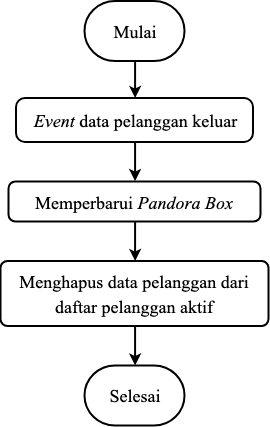
Above: buku/assets/img/bab3/flowchart-co.png in mocatfrio/thesis-code (draw.io), before the change. Source tidied: cells renumbered, new cells last; positions are measured from the earlier drawing's top-left corner, leaving out a move shared by most shapes. Source of this version:
```xml
<mxGraphModel>
  <root>
    <mxCell id="0" />
    <mxCell id="1" parent="0" />
    <mxCell id="2" style="group;" parent="1" vertex="1">
      <mxGeometry y="-0.5" width="268" height="424.5" as="geometry" />
    </mxCell>
    <mxCell id="3" value="&lt;font style=&quot;font-size: 18px&quot;&gt;Mulai&lt;/font&gt;&lt;br&gt;" style="strokeWidth=2;html=1;shape=mxgraph.flowchart.terminator;whiteSpace=wrap;fontFamily=Times New Roman;fontSize=31;verticalAlign=top;" parent="2" vertex="1">
      <mxGeometry x="84" width="100" height="60" as="geometry" />
    </mxCell>
    <mxCell id="4" value="&lt;span style=&quot;font-size: 18px&quot;&gt;Memperbarui&amp;nbsp;&lt;i&gt;Pandora Box&lt;/i&gt;&lt;/span&gt;&lt;br&gt;" style="rounded=1;whiteSpace=wrap;html=1;absoluteArcSize=1;arcSize=14;strokeWidth=2;fontFamily=Times New Roman;fontSize=21;" parent="2" vertex="1">
      <mxGeometry x="8" y="180.5" width="252" height="40" as="geometry" />
    </mxCell>
    <mxCell id="5" value="&lt;span&gt;&lt;font style=&quot;font-size: 18px&quot;&gt;Menghapus data pelanggan dari daftar pelanggan aktif&lt;/font&gt;&lt;/span&gt;&lt;br&gt;" style="rounded=1;whiteSpace=wrap;html=1;absoluteArcSize=1;arcSize=14;strokeWidth=2;fontFamily=Times New Roman;fontSize=21;" parent="2" vertex="1">
      <mxGeometry y="260" width="268" height="65" as="geometry" />
    </mxCell>
    <mxCell id="6" style="edgeStyle=orthogonalEdgeStyle;rounded=0;jettySize=auto;html=1;strokeWidth=2;" parent="2" edge="1" source="4" target="5">
      <mxGeometry relative="1" as="geometry" />
    </mxCell>
    <mxCell id="7" value="&lt;font style=&quot;font-size: 18px&quot;&gt;Selesai&lt;/font&gt;&lt;br&gt;" style="strokeWidth=2;html=1;shape=mxgraph.flowchart.terminator;whiteSpace=wrap;fontFamily=Times New Roman;fontSize=31;verticalAlign=top;" parent="2" vertex="1">
      <mxGeometry x="84" y="364.5" width="100" height="60" as="geometry" />
    </mxCell>
    <mxCell id="8" style="edgeStyle=orthogonalEdgeStyle;rounded=0;jettySize=auto;html=1;strokeWidth=2;" parent="2" edge="1" source="5" target="7">
      <mxGeometry relative="1" as="geometry" />
    </mxCell>
    <mxCell id="9" style="edgeStyle=orthogonalEdgeStyle;rounded=0;jettySize=auto;html=1;entryX=0.5;entryY=0;entryDx=0;entryDy=0;strokeWidth=2;" parent="2" edge="1" source="10" target="4">
      <mxGeometry relative="1" as="geometry" />
    </mxCell>
    <mxCell id="10" value="&lt;span style=&quot;font-size: 18px&quot;&gt;&lt;i&gt;Event &lt;/i&gt;data pelanggan keluar&lt;/span&gt;" style="rounded=1;whiteSpace=wrap;html=1;absoluteArcSize=1;arcSize=18;strokeWidth=2;fontFamily=Times New Roman;fontSize=21;" parent="2" vertex="1">
      <mxGeometry x="15.5" y="97" width="237" height="44" as="geometry" />
    </mxCell>
    <mxCell id="11" style="edgeStyle=orthogonalEdgeStyle;rounded=0;jettySize=auto;html=1;strokeWidth=2;" parent="2" edge="1" source="3" target="10">
      <mxGeometry relative="1" as="geometry" />
    </mxCell>
  </root>
</mxGraphModel>
```
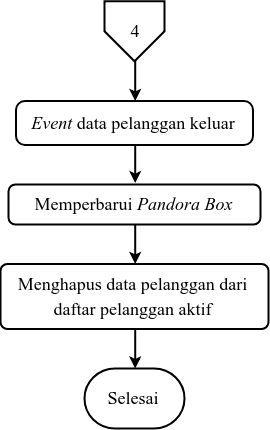
After the change.

The edit, as a diff of the source:
```diff
@@ -3,34 +3,46 @@
     <mxCell id="0" />
     <mxCell id="1" parent="0" />
     <mxCell id="2" style="group;" parent="1" vertex="1">
-      <mxGeometry y="-0.5" width="268" height="424.5" as="geometry" />
+      <mxGeometry y="-0.5" width="268" height="427.2" as="geometry" />
     </mxCell>
-    <mxCell id="3" value="&lt;font style=&quot;font-size: 18px&quot;&gt;Mulai&lt;/font&gt;&lt;br&gt;" style="strokeWidth=2;html=1;shape=mxgraph.flowchart.terminator;whiteSpace=wrap;fontFamily=Times New Roman;fontSize=31;verticalAlign=top;" parent="2" vertex="1">
-      <mxGeometry x="84" width="100" height="60" as="geometry" />
+    <mxCell id="3" style="group;" parent="2" vertex="1">
+      <mxGeometry width="268" height="427.2" as="geometry" />
     </mxCell>
-    <mxCell id="4" value="&lt;span style=&quot;font-size: 18px&quot;&gt;Memperbarui&amp;nbsp;&lt;i&gt;Pandora Box&lt;/i&gt;&lt;/span&gt;&lt;br&gt;" style="rounded=1;whiteSpace=wrap;html=1;absoluteArcSize=1;arcSize=14;strokeWidth=2;fontFamily=Times New Roman;fontSize=21;" parent="2" vertex="1">
-      <mxGeometry x="8" y="180.5" width="252" height="40" as="geometry" />
+    <mxCell id="4" style="group;" parent="3" vertex="1">
+      <mxGeometry width="268" height="427.2" as="geometry" />
     </mxCell>
-    <mxCell id="5" value="&lt;span&gt;&lt;font style=&quot;font-size: 18px&quot;&gt;Menghapus data pelanggan dari daftar pelanggan aktif&lt;/font&gt;&lt;/span&gt;&lt;br&gt;" style="rounded=1;whiteSpace=wrap;html=1;absoluteArcSize=1;arcSize=14;strokeWidth=2;fontFamily=Times New Roman;fontSize=21;" parent="2" vertex="1">
-      <mxGeometry y="260" width="268" height="65" as="geometry" />
+    <mxCell id="5" value="&lt;span style=&quot;font-size: 18px&quot;&gt;Memperbarui&amp;nbsp;&lt;i&gt;Pandora Box&lt;/i&gt;&lt;/span&gt;&lt;br&gt;" style="rounded=1;whiteSpace=wrap;html=1;absoluteArcSize=1;arcSize=14;strokeWidth=2;fontFamily=Times New Roman;fontSize=21;" parent="4" vertex="1">
+      <mxGeometry x="8" y="183.2" width="252" height="40" as="geometry" />
     </mxCell>
-    <mxCell id="6" style="edgeStyle=orthogonalEdgeStyle;rounded=0;jettySize=auto;html=1;strokeWidth=2;" parent="2" edge="1" source="4" target="5">
-      <mxGeometry relative="1" as="geometry" />
+    <mxCell id="6" value="&lt;span&gt;&lt;font style=&quot;font-size: 18px&quot;&gt;Menghapus data pelanggan dari daftar pelanggan aktif&lt;/font&gt;&lt;/span&gt;&lt;br&gt;" style="rounded=1;whiteSpace=wrap;html=1;absoluteArcSize=1;arcSize=14;strokeWidth=2;fontFamily=Times New Roman;fontSize=21;" parent="4" vertex="1">
+      <mxGeometry y="262.7" width="268" height="65" as="geometry" />
     </mxCell>
-    <mxCell id="7" value="&lt;font style=&quot;font-size: 18px&quot;&gt;Selesai&lt;/font&gt;&lt;br&gt;" style="strokeWidth=2;html=1;shape=mxgraph.flowchart.terminator;whiteSpace=wrap;fontFamily=Times New Roman;fontSize=31;verticalAlign=top;" parent="2" vertex="1">
-      <mxGeometry x="84" y="364.5" width="100" height="60" as="geometry" />
+    <mxCell id="7" style="edgeStyle=orthogonalEdgeStyle;rounded=0;jettySize=auto;html=1;strokeWidth=2;" parent="4" edge="1" source="5" target="6">
+      <mxGeometry relative="1" as="geometry" />
     </mxCell>
-    <mxCell id="8" style="edgeStyle=orthogonalEdgeStyle;rounded=0;jettySize=auto;html=1;strokeWidth=2;" parent="2" edge="1" source="5" target="7">
-      <mxGeometry relative="1" as="geometry" />
+    <mxCell id="8" value="&lt;font style=&quot;font-size: 18px&quot;&gt;Selesai&lt;/font&gt;&lt;br&gt;" style="strokeWidth=2;html=1;shape=mxgraph.flowchart.terminator;whiteSpace=wrap;fontFamily=Times New Roman;fontSize=31;verticalAlign=top;" parent="4" vertex="1">
+      <mxGeometry x="84" y="367.2" width="100" height="60" as="geometry" />
     </mxCell>
-    <mxCell id="9" style="edgeStyle=orthogonalEdgeStyle;rounded=0;jettySize=auto;html=1;entryX=0.5;entryY=0;entryDx=0;entryDy=0;strokeWidth=2;" parent="2" edge="1" source="10" target="4">
+    <mxCell id="9" style="edgeStyle=orthogonalEdgeStyle;rounded=0;jettySize=auto;html=1;strokeWidth=2;" parent="4" edge="1" source="6" target="8">
       <mxGeometry relative="1" as="geometry" />
     </mxCell>
-    <mxCell id="10" value="&lt;span style=&quot;font-size: 18px&quot;&gt;&lt;i&gt;Event &lt;/i&gt;data pelanggan keluar&lt;/span&gt;" style="rounded=1;whiteSpace=wrap;html=1;absoluteArcSize=1;arcSize=18;strokeWidth=2;fontFamily=Times New Roman;fontSize=21;" parent="2" vertex="1">
-      <mxGeometry x="15.5" y="97" width="237" height="44" as="geometry" />
+    <mxCell id="10" style="edgeStyle=orthogonalEdgeStyle;rounded=0;jettySize=auto;html=1;entryX=0.5;entryY=0;entryDx=0;entryDy=0;strokeWidth=2;" parent="4" edge="1" source="11" target="5">
+      <mxGeometry relative="1" as="geometry" />
     </mxCell>
-    <mxCell id="11" style="edgeStyle=orthogonalEdgeStyle;rounded=0;jettySize=auto;html=1;strokeWidth=2;" parent="2" edge="1" source="3" target="10">
-      <mxGeometry relative="1" as="geometry" />
+    <mxCell id="11" value="&lt;span style=&quot;font-size: 18px&quot;&gt;&lt;i&gt;Event &lt;/i&gt;data pelanggan keluar&lt;/span&gt;" style="rounded=1;whiteSpace=wrap;html=1;absoluteArcSize=1;arcSize=18;strokeWidth=2;fontFamily=Times New Roman;fontSize=21;" parent="4" vertex="1">
+      <mxGeometry x="15.5" y="99.7" width="237" height="44" as="geometry" />
     </mxCell>
+    <mxCell id="12" style="edgeStyle=orthogonalEdgeStyle;rounded=0;jettySize=auto;html=1;strokeWidth=2;exitX=0.5;exitY=1;exitDx=0;exitDy=0;" parent="4" edge="1" source="14" target="11">
+      <mxGeometry relative="1" as="geometry" />
+    </mxCell>
+    <mxCell id="13" style="group;" parent="4" vertex="1">
+      <mxGeometry x="104" width="60" height="60" as="geometry" />
+    </mxCell>
+    <mxCell id="14" style="verticalLabelPosition=bottom;verticalAlign=top;html=1;strokeWidth=2;shape=offPageConnector;rounded=0;size=0.5;fillColor=#ffffff;" parent="13" vertex="1">
+      <mxGeometry width="60" height="60" as="geometry" />
+    </mxCell>
+    <mxCell id="15" value="&lt;font face=&quot;Times New Roman&quot;&gt;&lt;span style=&quot;font-size: 18px&quot;&gt;4&lt;/span&gt;&lt;/font&gt;" style="text;html=1;strokeColor=none;fillColor=none;align=center;verticalAlign=middle;whiteSpace=wrap;rounded=0;" parent="13" vertex="1">
+      <mxGeometry x="10" y="20" width="40" height="20" as="geometry" />
+    </mxCell>
   </root>
 </mxGraphModel>
```
